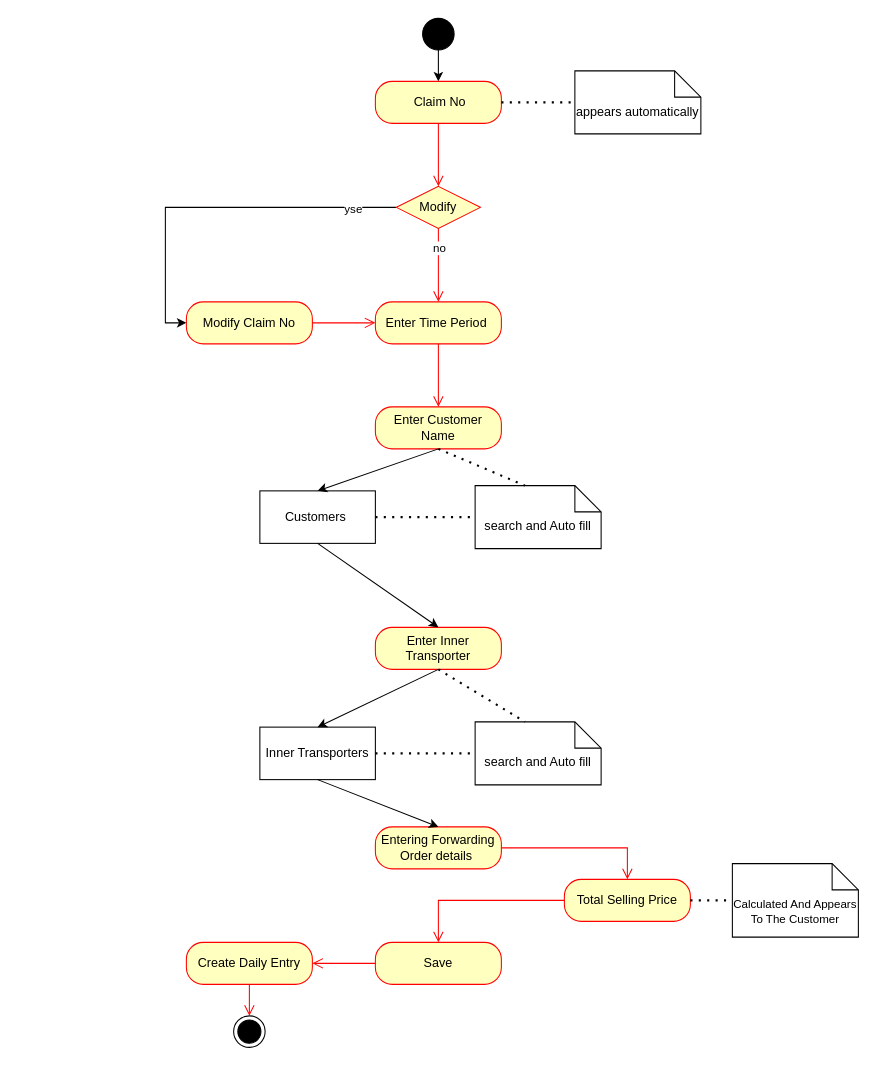
Earlier version of the draw.io diagram Activity Diagram.drawio (amrawni33/Transfer). Source tidied: cells renumbered, new cells numbered last; positions are measured from the earlier drawing's top-left corner, leaving out a move shared by most shapes. Both pictures are drawn from the tidied source at 105%, with x=0, y=0 at pixel (186, 18).
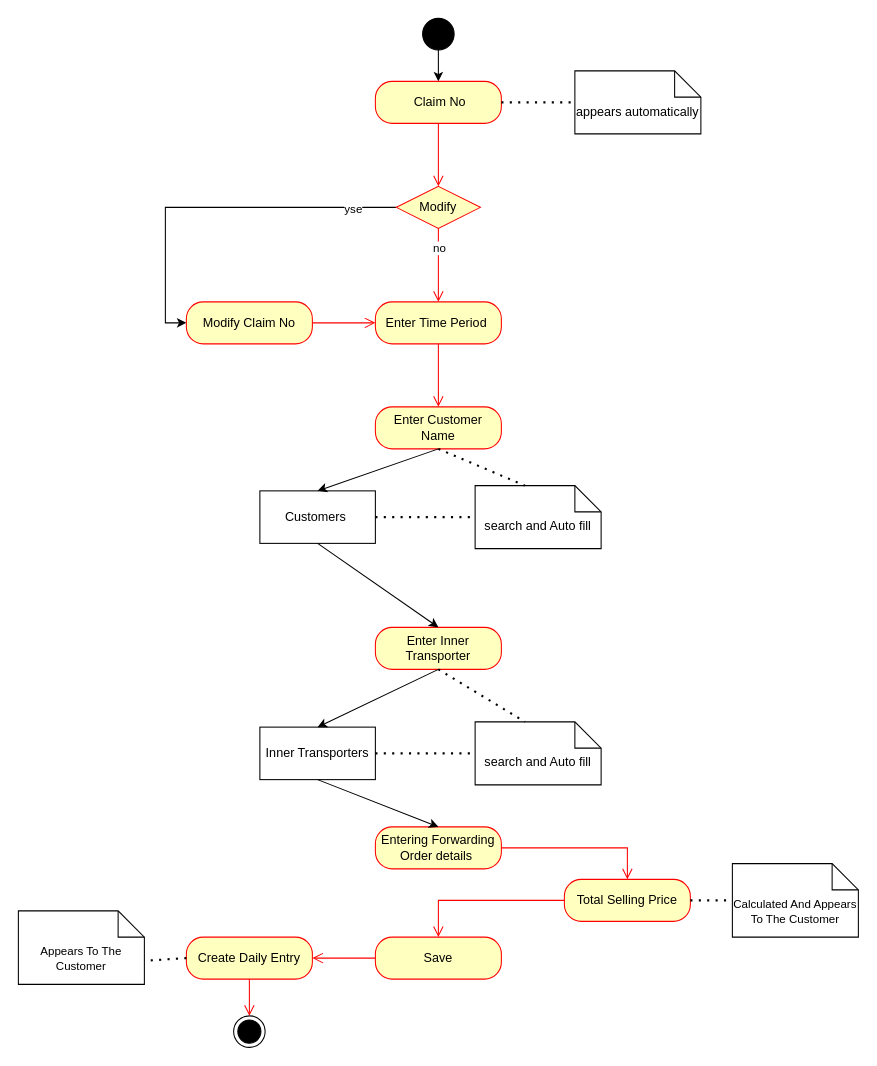
Above is the later version.

Diff of the diagram source:
```diff
@@
     <mxCell id="33" value="Save" style="rounded=1;whiteSpace=wrap;html=1;arcSize=40;fontColor=#000000;fillColor=#ffffc0;strokeColor=#ff0000;" parent="1" vertex="1">
-      <mxGeometry x="180" y="880" width="120" height="40" as="geometry" />
+      <mxGeometry x="180" y="875" width="120" height="40" as="geometry" />
     </mxCell>
@@
     <mxCell id="40" value="Create Daily Entry" style="rounded=1;whiteSpace=wrap;html=1;arcSize=40;fontColor=#000000;fillColor=#ffffc0;strokeColor=#ff0000;" parent="1" vertex="1">
-      <mxGeometry y="880" width="120" height="40" as="geometry" />
+      <mxGeometry y="875" width="120" height="40" as="geometry" />
     </mxCell>
@@
+    <mxCell id="42" value="&lt;font style=&quot;font-size: 11px;&quot;&gt;Appears To The Customer&lt;/font&gt;" style="shape=note2;boundedLbl=1;whiteSpace=wrap;html=1;size=25;verticalAlign=top;align=center;" parent="1" vertex="1">
+      <mxGeometry x="-160" y="850" width="120" height="70" as="geometry" />
+    </mxCell>
+    <mxCell id="43" style="endArrow=none;dashed=1;html=1;dashPattern=1 3;strokeWidth=2;rounded=0;exitX=0;exitY=0.5;exitDx=0;exitDy=0;entryX=0;entryY=0;entryDx=120;entryDy=47.5;entryPerimeter=0;" parent="1" edge="1" source="40" target="42">
+      <mxGeometry relative="1" as="geometry" />
+    </mxCell>
```
